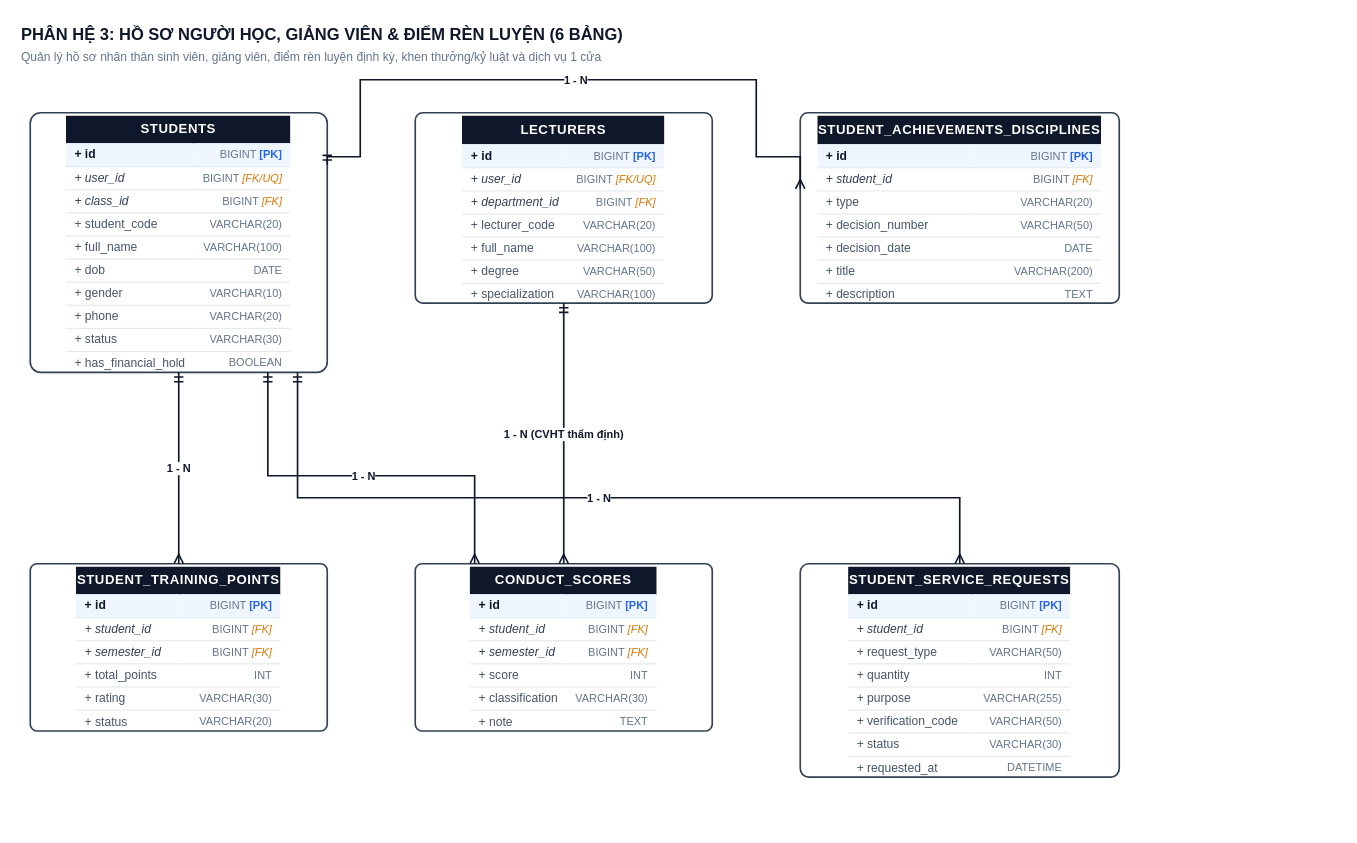
Earlier version of the draw.io diagram page "4. Phân hệ 3 - Hồ sơ Người học & Rèn luyện" (4 of 8) of drawio/ERD_Diagrams.drawio (DevMarkie/DoAnChuyenNganh). Source tidied: cells renumbered, new cells numbered last; positions are measured from the earlier drawing's top-left corner, leaving out a move shared by most shapes. Both pictures are drawn from the tidied source at 110%, with x=0, y=0 at pixel (19, 19).
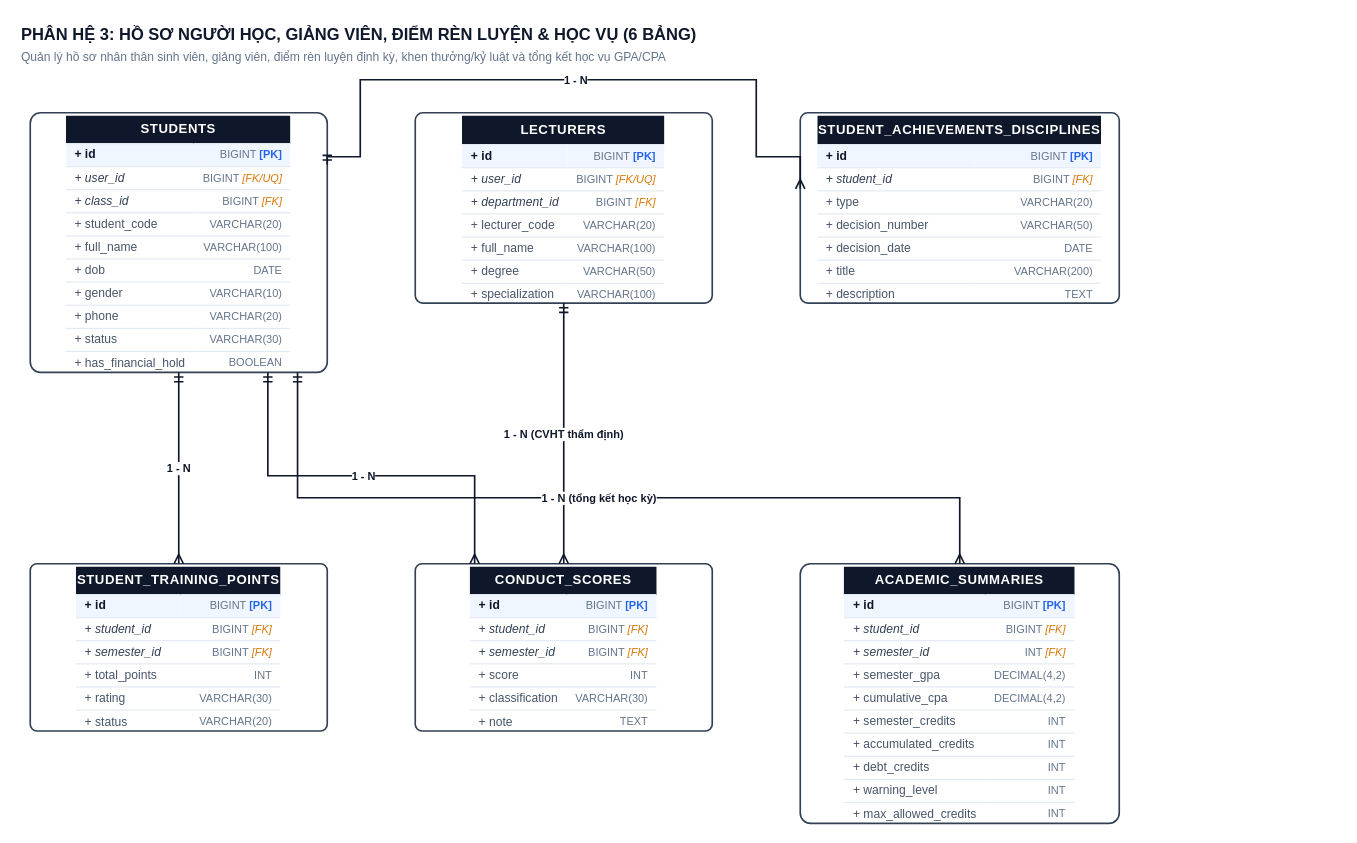
The same page after the edit.

Unchanged cells that the change refers to:
```xml
<mxCell id="4" value="&lt;table style=&quot;width:100%; border-collapse:collapse; font-family:Arial,Helvetica,sans-serif; font-size:11px; margin:0; padding:0;&quot;&gt;&lt;tr style=&quot;background:#0f172a; color:#ffffff; height:26px;&quot;&gt;&lt;td colspan=&quot;2&quot; align=&quot;center&quot; style=&quot;font-weight:bold; font-size:12px; letter-spacing:0.5px;&quot;&gt;STUDENTS&lt;/td&gt;&lt;/tr&gt;&lt;tr style=&quot;background:#eff6ff; height:21px; border-top:1px solid #e2e8f0;&quot;&gt;&lt;td style=&quot;padding:2px 8px; text-align:left; font-weight:bold; color:#0f172a;&quot;&gt;+ id&lt;/td&gt;&lt;td style=&quot;padding:2px 8px; text-align:right; color:#64748b; font-size:10px;&quot;&gt;BIGINT &lt;b style=&quot;color:#2563eb;&quot;&gt;[PK]&lt;/b&gt;&lt;/td&gt;&lt;/tr&gt;&lt;tr style=&quot;background:#ffffff; height:21px; border-top:1px solid #e2e8f0;&quot;&gt;&lt;td style=&quot;padding:2px 8px; text-align:left; font-style:italic; color:#334155;&quot;&gt;+ user_id&lt;/td&gt;&lt;td style=&quot;padding:2px 8px; text-align:right; color:#64748b; font-size:10px;&quot;&gt;BIGINT &lt;i style=&quot;color:#d97706;&quot;&gt;[FK/UQ]&lt;/i&gt;&lt;/td&gt;&lt;/tr&gt;&lt;tr style=&quot;background:#ffffff; height:21px; border-top:1px solid #e2e8f0;&quot;&gt;&lt;td style=&quot;padding:2px 8px; text-align:left; font-style:italic; color:#334155;&quot;&gt;+ class_id&lt;/td&gt;&lt;td style=&quot;padding:2px 8px; text-align:right; color:#64748b; font-size:10px;&quot;&gt;BIGINT &lt;i style=&quot;color:#d97706;&quot;&gt;[FK]&lt;/i&gt;&lt;/td&gt;&lt;/tr&gt;&lt;tr style=&quot;background:#ffffff; height:21px; border-top:1px solid #e2e8f0;&quot;&gt;&lt;td style=&quot;padding:2px 8px; text-align:left; color:#475569;&quot;&gt;+ student_code&lt;/td&gt;&lt;td style=&quot;padding:2px 8px; text-align:right; color:#64748b; font-size:10px;&quot;&gt;VARCHAR(20)&lt;/td&gt;&lt;/tr&gt;&lt;tr style=&quot;background:#ffffff; height:21px; border-top:1px solid #e2e8f0;&quot;&gt;&lt;td style=&quot;padding:2px 8px; text-align:left; color:#475569;&quot;&gt;+ full_name&lt;/td&gt;&lt;td style=&quot;padding:2px 8px; text-align:right; color:#64748b; font-size:10px;&quot;&gt;VARCHAR(100)&lt;/td&gt;&lt;/tr&gt;&lt;tr style=&quot;background:#ffffff; height:21px; border-top:1px solid #e2e8f0;&quot;&gt;&lt;td style=&quot;padding:2px 8px; text-align:left; color:#475569;&quot;&gt;+ dob&lt;/td&gt;&lt;td style=&quot;padding:2px 8px; text-align:right; color:#64748b; font-size:10px;&quot;&gt;DATE&lt;/td&gt;&lt;/tr&gt;&lt;tr style=&quot;background:#ffffff; height:21px; border-top:1px solid #e2e8f0;&quot;&gt;&lt;td style=&quot;padding:2px 8px; text-align:left; color:#475569;&quot;&gt;+ gender&lt;/td&gt;&lt;td style=&quot;padding:2px 8px; text-align:right; color:#64748b; font-size:10px;&quot;&gt;VARCHAR(10)&lt;/td&gt;&lt;/tr&gt;&lt;tr style=&quot;background:#ffffff; height:21px; border-top:1px solid #e2e8f0;&quot;&gt;&lt;td style=&quot;padding:2px 8px; text-align:left; color:#475569;&quot;&gt;+ phone&lt;/td&gt;&lt;td style=&quot;padding:2px 8px; text-align:right; color:#64748b; font-size:10px;&quot;&gt;VARCHAR(20)&lt;/td&gt;&lt;/tr&gt;&lt;tr style=&quot;background:#ffffff; height:21px; border-top:1px solid #e2e8f0;&quot;&gt;&lt;td style=&quot;padding:2px 8px; text-align:left; color:#475569;&quot;&gt;+ status&lt;/td&gt;&lt;td style=&quot;padding:2px 8px; text-align:right; color:#64748b; font-size:10px;&quot;&gt;VARCHAR(30)&lt;/td&gt;&lt;/tr&gt;&lt;tr style=&quot;background:#ffffff; height:21px; border-top:1px solid #e2e8f0;&quot;&gt;&lt;td style=&quot;padding:2px 8px; text-align:left; color:#475569;&quot;&gt;+ has_financial_hold&lt;/td&gt;&lt;td style=&quot;padding:2px 8px; text-align:right; color:#64748b; font-size:10px;&quot;&gt;BOOLEAN&lt;/td&gt;&lt;/tr&gt;&lt;/table&gt;" style="rounded=1;arcSize=4;strokeColor=#334155;strokeWidth=1.5;fillColor=#ffffff;html=1;overflow=hidden;whiteSpace=wrap;" parent="1" vertex="1">
  <mxGeometry x="10" y="85" width="270" height="236" as="geometry" />
</mxCell>
```

The edit, as a diff of the source:
```diff
@@
-    <mxCell id="2" value="PHÂN HỆ 3: HỒ SƠ NGƯỜI HỌC, GIẢNG VIÊN &amp; ĐIỂM RÈN LUYỆN (6 BẢNG)" style="text;html=1;strokeColor=none;fillColor=none;align=left;verticalAlign=middle;fontStyle=1;fontSize=15;fontFamily=Arial,Helvetica,sans-serif;fontColor=#0f172a;" parent="1" vertex="1">
+    <mxCell id="2" value="PHÂN HỆ 3: HỒ SƠ NGƯỜI HỌC, GIẢNG VIÊN, ĐIỂM RÈN LUYỆN &amp; HỌC VỤ (6 BẢNG)" style="text;html=1;strokeColor=none;fillColor=none;align=left;verticalAlign=middle;fontStyle=1;fontSize=15;fontFamily=Arial,Helvetica,sans-serif;fontColor=#0f172a;" parent="1" vertex="1">
       <mxGeometry width="1200" height="26" as="geometry" />
     </mxCell>
-    <mxCell id="3" value="Quản lý hồ sơ nhân thân sinh viên, giảng viên, điểm rèn luyện định kỳ, khen thưởng/kỷ luật và dịch vụ 1 cửa" style="text;html=1;strokeColor=none;fillColor=none;align=left;verticalAlign=middle;fontStyle=0;fontSize=11;fontFamily=Arial,Helvetica,sans-serif;fontColor=#64748b;" parent="1" vertex="1">
+    <mxCell id="3" value="Quản lý hồ sơ nhân thân sinh viên, giảng viên, điểm rèn luyện định kỳ, khen thưởng/kỷ luật và tổng kết học vụ GPA/CPA" style="text;html=1;strokeColor=none;fillColor=none;align=left;verticalAlign=middle;fontStyle=0;fontSize=11;fontFamily=Arial,Helvetica,sans-serif;fontColor=#64748b;" parent="1" vertex="1">
       <mxGeometry y="24" width="1200" height="20" as="geometry" />
     </mxCell>
@@
-    <mxCell id="9" value="&lt;table style=&quot;width:100%; border-collapse:collapse; font-family:Arial,Helvetica,sans-serif; font-size:11px; margin:0; padding:0;&quot;&gt;&lt;tr style=&quot;background:#0f172a; color:#ffffff; height:26px;&quot;&gt;&lt;td colspan=&quot;2&quot; align=&quot;center&quot; style=&quot;font-weight:bold; font-size:12px; letter-spacing:0.5px;&quot;&gt;STUDENT_SERVICE_REQUESTS&lt;/td&gt;&lt;/tr&gt;&lt;tr style=&quot;background:#eff6ff; height:21px; border-top:1px solid #e2e8f0;&quot;&gt;&lt;td style=&quot;padding:2px 8px; text-align:left; font-weight:bold; color:#0f172a;&quot;&gt;+ id&lt;/td&gt;&lt;td style=&quot;padding:2px 8px; text-align:right; color:#64748b; font-size:10px;&quot;&gt;BIGINT &lt;b style=&quot;color:#2563eb;&quot;&gt;[PK]&lt;/b&gt;&lt;/td&gt;&lt;/tr&gt;&lt;tr style=&quot;background:#ffffff; height:21px; border-top:1px solid #e2e8f0;&quot;&gt;&lt;td style=&quot;padding:2px 8px; text-align:left; font-style:italic; color:#334155;&quot;&gt;+ student_id&lt;/td&gt;&lt;td style=&quot;padding:2px 8px; text-align:right; color:#64748b; font-size:10px;&quot;&gt;BIGINT &lt;i style=&quot;color:#d97706;&quot;&gt;[FK]&lt;/i&gt;&lt;/td&gt;&lt;/tr&gt;&lt;tr style=&quot;background:#ffffff; height:21px; border-top:1px solid #e2e8f0;&quot;&gt;&lt;td style=&quot;padding:2px 8px; text-align:left; color:#475569;&quot;&gt;+ request_type&lt;/td&gt;&lt;td style=&quot;padding:2px 8px; text-align:right; color:#64748b; font-size:10px;&quot;&gt;VARCHAR(50)&lt;/td&gt;&lt;/tr&gt;&lt;tr style=&quot;background:#ffffff; height:21px; border-top:1px solid #e2e8f0;&quot;&gt;&lt;td style=&quot;padding:2px 8px; text-align:left; color:#475569;&quot;&gt;+ quantity&lt;/td&gt;&lt;td style=&quot;padding:2px 8px; text-align:right; color:#64748b; font-size:10px;&quot;&gt;INT&lt;/td&gt;&lt;/tr&gt;&lt;tr style=&quot;background:#ffffff; height:21px; border-top:1px solid #e2e8f0;&quot;&gt;&lt;td style=&quot;padding:2px 8px; text-align:left; color:#475569;&quot;&gt;+ purpose&lt;/td&gt;&lt;td style=&quot;padding:2px 8px; text-align:right; color:#64748b; font-size:10px;&quot;&gt;VARCHAR(255)&lt;/td&gt;&lt;/tr&gt;&lt;tr style=&quot;background:#ffffff; height:21px; border-top:1px solid #e2e8f0;&quot;&gt;&lt;td style=&quot;padding:2px 8px; text-align:left; color:#475569;&quot;&gt;+ verification_code&lt;/td&gt;&lt;td style=&quot;padding:2px 8px; text-align:right; color:#64748b; font-size:10px;&quot;&gt;VARCHAR(50)&lt;/td&gt;&lt;/tr&gt;&lt;tr style=&quot;background:#ffffff; height:21px; border-top:1px solid #e2e8f0;&quot;&gt;&lt;td style=&quot;padding:2px 8px; text-align:left; color:#475569;&quot;&gt;+ status&lt;/td&gt;&lt;td style=&quot;padding:2px 8px; text-align:right; color:#64748b; font-size:10px;&quot;&gt;VARCHAR(30)&lt;/td&gt;&lt;/tr&gt;&lt;tr style=&quot;background:#ffffff; height:21px; border-top:1px solid #e2e8f0;&quot;&gt;&lt;td style=&quot;padding:2px 8px; text-align:left; color:#475569;&quot;&gt;+ requested_at&lt;/td&gt;&lt;td style=&quot;padding:2px 8px; text-align:right; color:#64748b; font-size:10px;&quot;&gt;DATETIME&lt;/td&gt;&lt;/tr&gt;&lt;/table&gt;" style="rounded=1;arcSize=4;strokeColor=#334155;strokeWidth=1.5;fillColor=#ffffff;html=1;overflow=hidden;whiteSpace=wrap;" parent="1" vertex="1">
-      <mxGeometry x="710" y="495" width="290" height="194" as="geometry" />
-    </mxCell>
+    <mxCell id="15" value="&lt;table style=&quot;width:100%; border-collapse:collapse; font-family:Arial,Helvetica,sans-serif; font-size:11px; margin:0; padding:0;&quot;&gt;&lt;tr style=&quot;background:#0f172a; color:#ffffff; height:26px;&quot;&gt;&lt;td colspan=&quot;2&quot; align=&quot;center&quot; style=&quot;font-weight:bold; font-size:12px; letter-spacing:0.5px;&quot;&gt;ACADEMIC_SUMMARIES&lt;/td&gt;&lt;/tr&gt;&lt;tr style=&quot;background:#eff6ff; height:21px; border-top:1px solid #e2e8f0;&quot;&gt;&lt;td style=&quot;padding:2px 8px; text-align:left; font-weight:bold; color:#0f172a;&quot;&gt;+ id&lt;/td&gt;&lt;td style=&quot;padding:2px 8px; text-align:right; color:#64748b; font-size:10px;&quot;&gt;BIGINT &lt;b style=&quot;color:#2563eb;&quot;&gt;[PK]&lt;/b&gt;&lt;/td&gt;&lt;/tr&gt;&lt;tr style=&quot;background:#ffffff; height:21px; border-top:1px solid #e2e8f0;&quot;&gt;&lt;td style=&quot;padding:2px 8px; text-align:left; font-style:italic; color:#334155;&quot;&gt;+ student_id&lt;/td&gt;&lt;td style=&quot;padding:2px 8px; text-align:right; color:#64748b; font-size:10px;&quot;&gt;BIGINT &lt;i style=&quot;color:#d97706;&quot;&gt;[FK]&lt;/i&gt;&lt;/td&gt;&lt;/tr&gt;&lt;tr style=&quot;background:#ffffff; height:21px; border-top:1px solid #e2e8f0;&quot;&gt;&lt;td style=&quot;padding:2px 8px; text-align:left; font-style:italic; color:#334155;&quot;&gt;+ semester_id&lt;/td&gt;&lt;td style=&quot;padding:2px 8px; text-align:right; color:#64748b; font-size:10px;&quot;&gt;INT &lt;i style=&quot;color:#d97706;&quot;&gt;[FK]&lt;/i&gt;&lt;/td&gt;&lt;/tr&gt;&lt;tr style=&quot;background:#ffffff; height:21px; border-top:1px solid #e2e8f0;&quot;&gt;&lt;td style=&quot;padding:2px 8px; text-align:left; color:#475569;&quot;&gt;+ semester_gpa&lt;/td&gt;&lt;td style=&quot;padding:2px 8px; text-align:right; color:#64748b; font-size:10px;&quot;&gt;DECIMAL(4,2)&lt;/td&gt;&lt;/tr&gt;&lt;tr style=&quot;background:#ffffff; height:21px; border-top:1px solid #e2e8f0;&quot;&gt;&lt;td style=&quot;padding:2px 8px; text-align:left; color:#475569;&quot;&gt;+ cumulative_cpa&lt;/td&gt;&lt;td style=&quot;padding:2px 8px; text-align:right; color:#64748b; font-size:10px;&quot;&gt;DECIMAL(4,2)&lt;/td&gt;&lt;/tr&gt;&lt;tr style=&quot;background:#ffffff; height:21px; border-top:1px solid #e2e8f0;&quot;&gt;&lt;td style=&quot;padding:2px 8px; text-align:left; color:#475569;&quot;&gt;+ semester_credits&lt;/td&gt;&lt;td style=&quot;padding:2px 8px; text-align:right; color:#64748b; font-size:10px;&quot;&gt;INT&lt;/td&gt;&lt;/tr&gt;&lt;tr style=&quot;background:#ffffff; height:21px; border-top:1px solid #e2e8f0;&quot;&gt;&lt;td style=&quot;padding:2px 8px; text-align:left; color:#475569;&quot;&gt;+ accumulated_credits&lt;/td&gt;&lt;td style=&quot;padding:2px 8px; text-align:right; color:#64748b; font-size:10px;&quot;&gt;INT&lt;/td&gt;&lt;/tr&gt;&lt;tr style=&quot;background:#ffffff; height:21px; border-top:1px solid #e2e8f0;&quot;&gt;&lt;td style=&quot;padding:2px 8px; text-align:left; color:#475569;&quot;&gt;+ debt_credits&lt;/td&gt;&lt;td style=&quot;padding:2px 8px; text-align:right; color:#64748b; font-size:10px;&quot;&gt;INT&lt;/td&gt;&lt;/tr&gt;&lt;tr style=&quot;background:#ffffff; height:21px; border-top:1px solid #e2e8f0;&quot;&gt;&lt;td style=&quot;padding:2px 8px; text-align:left; color:#475569;&quot;&gt;+ warning_level&lt;/td&gt;&lt;td style=&quot;padding:2px 8px; text-align:right; color:#64748b; font-size:10px;&quot;&gt;INT&lt;/td&gt;&lt;/tr&gt;&lt;tr style=&quot;background:#ffffff; height:21px; border-top:1px solid #e2e8f0;&quot;&gt;&lt;td style=&quot;padding:2px 8px; text-align:left; color:#475569;&quot;&gt;+ max_allowed_credits&lt;/td&gt;&lt;td style=&quot;padding:2px 8px; text-align:right; color:#64748b; font-size:10px;&quot;&gt;INT&lt;/td&gt;&lt;/tr&gt;&lt;/table&gt;" style="rounded=1;arcSize=4;strokeColor=#334155;strokeWidth=1.5;fillColor=#ffffff;html=1;overflow=hidden;whiteSpace=wrap;" parent="1" vertex="1">
+      <mxGeometry x="710" y="495" width="290" height="236" as="geometry" />
+    </mxCell>
@@
-    <mxCell id="14" value="1 - N" style="edgeStyle=orthogonalEdgeStyle;rounded=0;jettySize=auto;html=1;strokeColor=#0f172a;strokeWidth=1.5;fontColor=#0f172a;fontSize=10;fontStyle=1;endArrow=ERmany;endFill=0;startArrow=ERmandOne;startFill=0;exitX=0.9;exitY=1;exitDx=0;exitDy=0;entryX=0.5;entryY=0;entryDx=0;entryDy=0;" parent="1" edge="1" source="4" target="9">
-      <mxGeometry relative="1" as="geometry">
-        <Array as="points">
-          <mxPoint x="253" y="435" />
-          <mxPoint x="855" y="435" />
-        </Array>
-      </mxGeometry>
-    </mxCell>
+    <mxCell id="16" value="1 - N (tổng kết học kỳ)" style="edgeStyle=orthogonalEdgeStyle;rounded=0;jettySize=auto;html=1;strokeColor=#0f172a;strokeWidth=1.5;fontColor=#0f172a;fontSize=10;fontStyle=1;endArrow=ERmany;endFill=0;startArrow=ERmandOne;startFill=0;exitX=0.9;exitY=1;exitDx=0;exitDy=0;entryX=0.5;entryY=0;entryDx=0;entryDy=0;" parent="1" edge="1" source="4" target="15">
+      <mxGeometry relative="1" as="geometry">
+        <Array as="points">
+          <mxPoint x="253" y="435" />
+          <mxPoint x="855" y="435" />
+        </Array>
+      </mxGeometry>
+    </mxCell>
```
